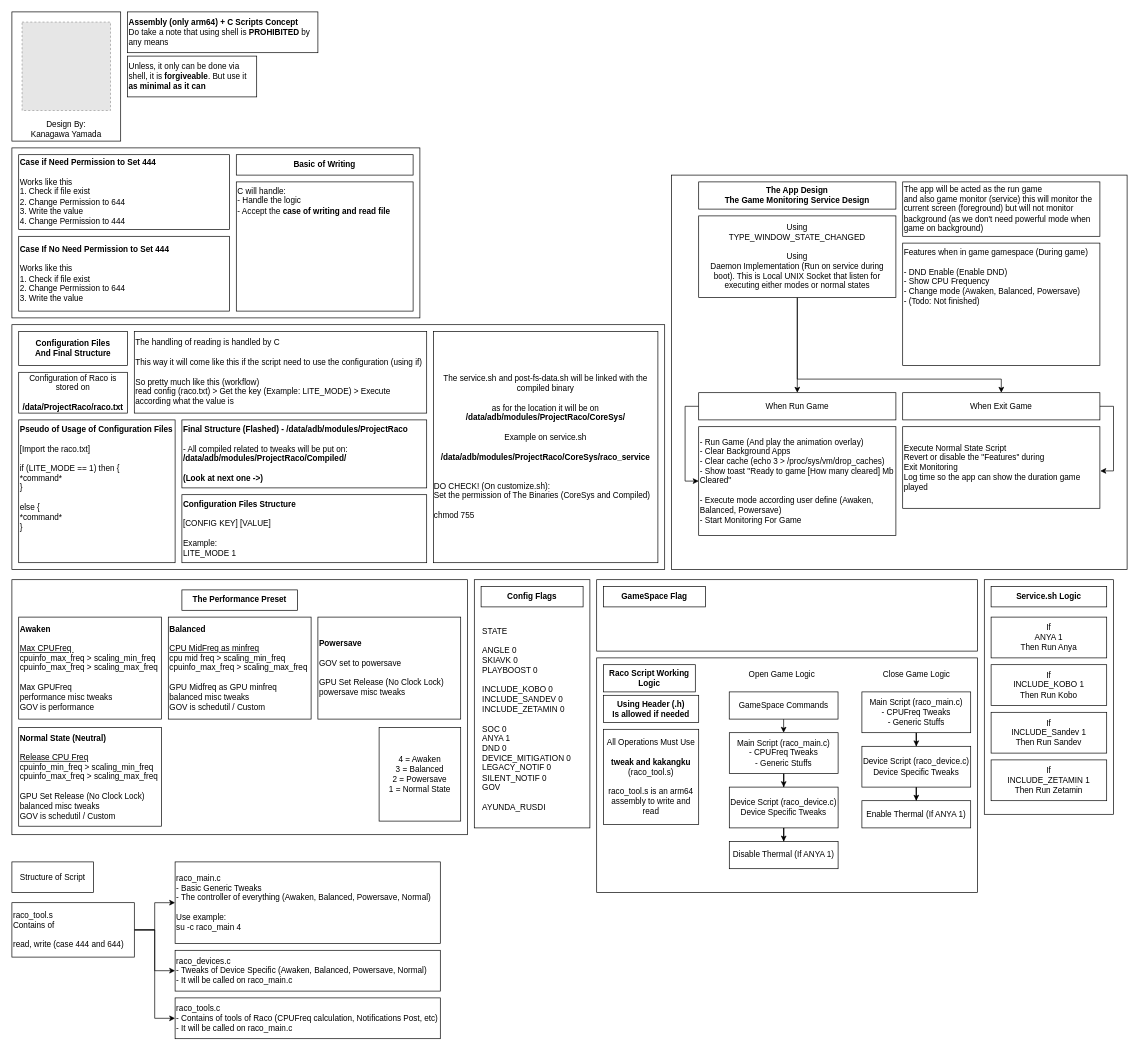
Earlier version of the draw.io diagram Designs/Structure of Project Raco.drawio (LoggingNewMemory/Project-Raco). Source tidied: cells renumbered, new cells numbered last; positions are measured from the earlier drawing's top-left corner, leaving out a move shared by most shapes. Both pictures are drawn from the tidied source at 68%, with x=0, y=0 at pixel (12, 12). Pictures stored in the file or linked from it are replaced by grey dashed boxes.
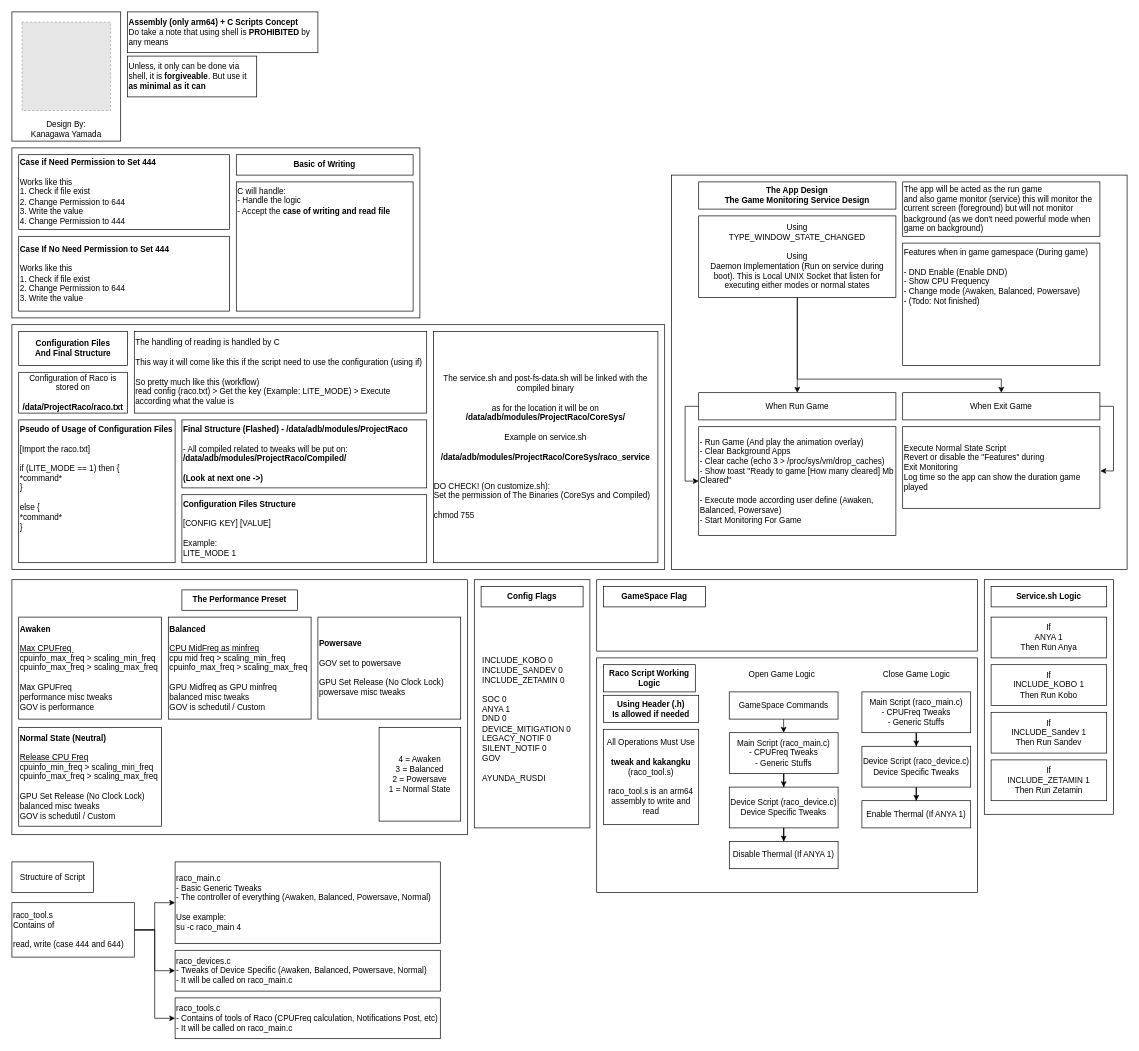
The same page after the edit.

The edit, as a diff of the source:
```diff
@@
-    <mxCell id="41" value="&lt;div&gt;STATE&amp;nbsp;&lt;/div&gt;&lt;div&gt;&lt;br&gt;&lt;/div&gt;&lt;div&gt;ANGLE 0&lt;/div&gt;&lt;div&gt;SKIAVK 0&lt;/div&gt;&lt;div&gt;PLAYBOOST 0&lt;/div&gt;&lt;div&gt;&lt;br&gt;&lt;/div&gt;&lt;div&gt;INCLUDE_KOBO 0&lt;/div&gt;&lt;div&gt;INCLUDE_SANDEV 0&lt;/div&gt;&lt;div&gt;INCLUDE_ZETAMIN 0&lt;/div&gt;&lt;div&gt;&lt;br&gt;&lt;/div&gt;&lt;div&gt;SOC 0&lt;/div&gt;&lt;div&gt;ANYA 1&lt;/div&gt;&lt;div&gt;DND 0&lt;/div&gt;&lt;div&gt;DEVICE_MITIGATION 0&lt;/div&gt;&lt;div&gt;LEGACY_NOTIF 0&lt;/div&gt;&lt;div&gt;SILENT_NOTIF 0&lt;/div&gt;&lt;div&gt;GOV&lt;/div&gt;&lt;div&gt;&lt;br&gt;&lt;/div&gt;&lt;div&gt;AYUNDA_RUSDI&lt;/div&gt;" style="text;html=1;whiteSpace=wrap;strokeColor=none;fillColor=none;align=left;verticalAlign=middle;rounded=0;" parent="1" vertex="1">
+    <mxCell id="41" value="&lt;div&gt;&lt;span style=&quot;background-color: transparent; color: light-dark(rgb(0, 0, 0), rgb(255, 255, 255));&quot;&gt;INCLUDE_KOBO 0&lt;/span&gt;&lt;/div&gt;&lt;div&gt;INCLUDE_SANDEV 0&lt;/div&gt;&lt;div&gt;INCLUDE_ZETAMIN 0&lt;/div&gt;&lt;div&gt;&lt;br&gt;&lt;/div&gt;&lt;div&gt;SOC 0&lt;/div&gt;&lt;div&gt;ANYA 1&lt;/div&gt;&lt;div&gt;DND 0&lt;/div&gt;&lt;div&gt;DEVICE_MITIGATION 0&lt;/div&gt;&lt;div&gt;LEGACY_NOTIF 0&lt;/div&gt;&lt;div&gt;SILENT_NOTIF 0&lt;/div&gt;&lt;div&gt;GOV&lt;/div&gt;&lt;div&gt;&lt;br&gt;&lt;/div&gt;&lt;div&gt;AYUNDA_RUSDI&lt;/div&gt;" style="text;html=1;whiteSpace=wrap;strokeColor=none;fillColor=none;align=left;verticalAlign=middle;rounded=0;" parent="1" vertex="1">
       <mxGeometry x="690" y="890" width="150" height="300" as="geometry" />
     </mxCell>
```
